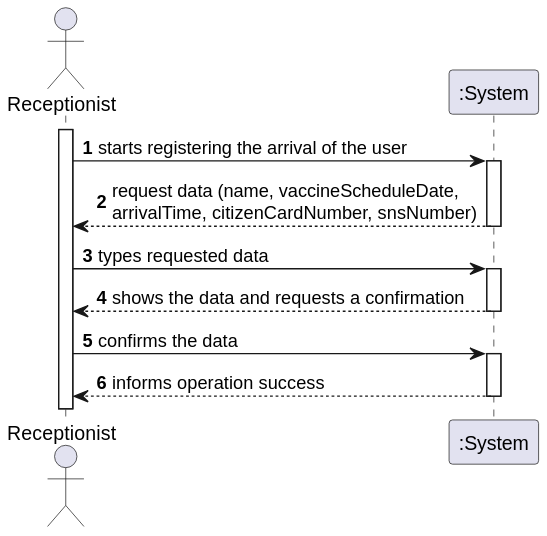
Above: docs/SprintC/US4/US4_SSD.svg in diogonapoles/isep-lapr2 (PlantUML), before the change. Source of this version:
```plantuml
@startuml

autonumber

actor "Receptionist" as RCP

activate RCP
RCP -> ":System" : starts registering the arrival of the user
activate ":System"
":System" --> RCP : request data (name, vaccineScheduleDate, \narrivalTime,  citizenCardNumber, snsNumber)
deactivate ":System"

RCP -> ":System" : types requested data
activate ":System"
":System" --> RCP : shows the data and requests a confirmation
deactivate ":System"

RCP -> ":System" : confirms the data
activate ":System"
":System" --> RCP : informs operation success
deactivate ":System"
@enduml
```
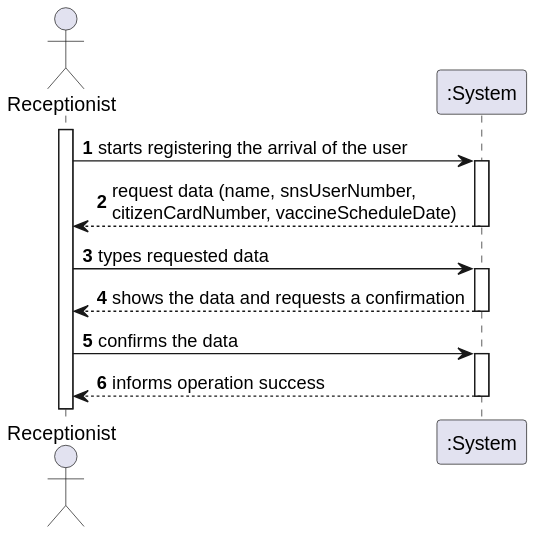
After the change.

Change to the diagram source:
```diff
@@ -7,7 +7,7 @@
 activate RCP
 RCP -> ":System" : starts registering the arrival of the user
 activate ":System"
-":System" --> RCP : request data (name, vaccineScheduleDate, \narrivalTime,  citizenCardNumber, snsNumber)
+":System" --> RCP : request data (name, snsUserNumber, \ncitizenCardNumber, vaccineScheduleDate)
 deactivate ":System"
 
 RCP -> ":System" : types requested data
```
